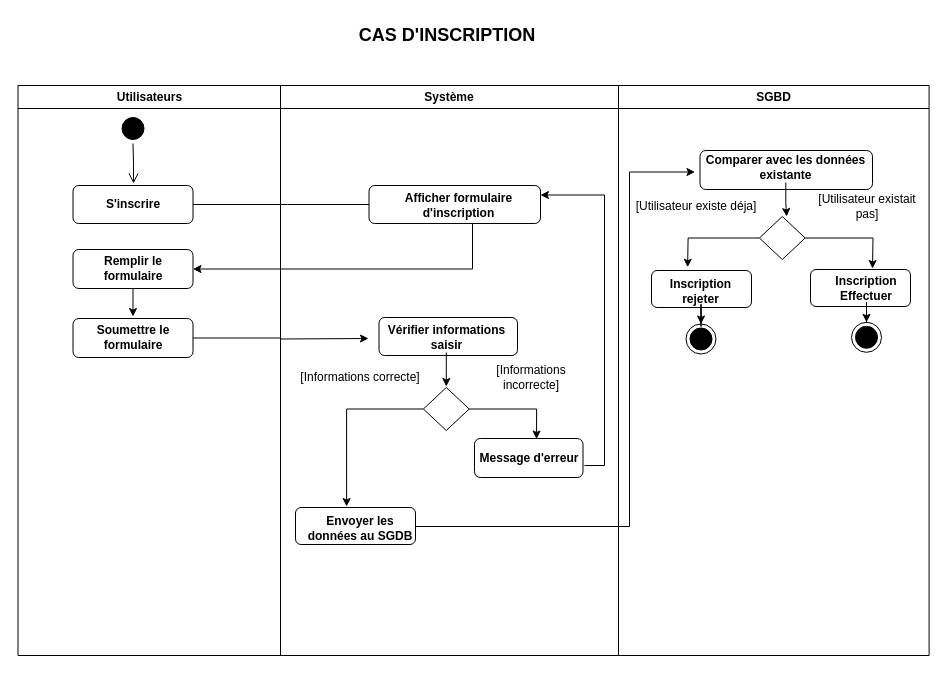
The draw.io diagram sequence2.drawio in louis-fresnel99/TpGasaL1, before the edit. Source tidied: cells renumbered, new cells numbered last; positions are measured from the earlier drawing's top-left corner, leaving out a move shared by most shapes. Both pictures are drawn from the tidied source at 100%, with x=0, y=0 at pixel (17, 17).
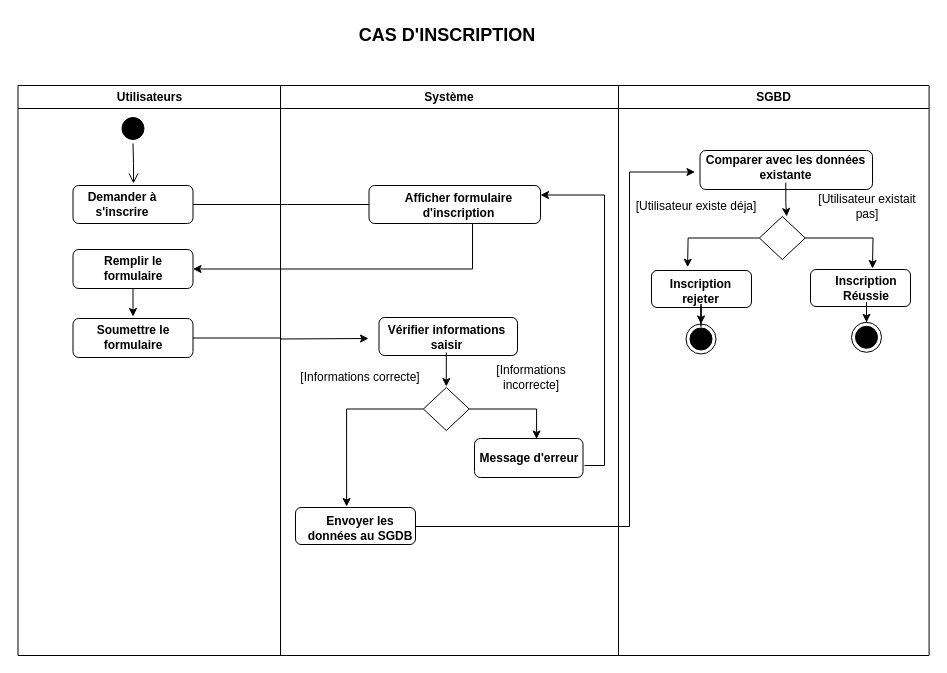
The same page after the edit.

Commit message:
Mettre à jour sequence2.drawio

Unchanged cells that the change refers to:
```xml
<mxCell id="2" value="Utilisateurs" style="swimlane;whiteSpace=wrap;" parent="1" vertex="1">
  <mxGeometry x="0.5" y="68" width="262.5" height="570" as="geometry" />
</mxCell>
<mxCell id="31" value="SGBD" style="swimlane;whiteSpace=wrap;" parent="1" vertex="1">
  <mxGeometry x="601" y="68" width="310.6" height="570" as="geometry" />
</mxCell>
```

The edit, as a diff of the source:
```diff
@@
-    <mxCell id="7" value="&lt;b&gt;S'inscrire&lt;/b&gt;" style="text;html=1;align=center;verticalAlign=middle;whiteSpace=wrap;rounded=0;" parent="2" vertex="1">
-      <mxGeometry x="85" y="104" width="60" height="30" as="geometry" />
+    <mxCell id="7" value="&lt;b&gt;Demander à s'inscrire&lt;/b&gt;" style="text;html=1;align=center;verticalAlign=middle;whiteSpace=wrap;rounded=0;" parent="2" vertex="1">
+      <mxGeometry x="63" y="104" width="82" height="30" as="geometry" />
     </mxCell>
@@
-    <mxCell id="38" value="&lt;b&gt;Inscription Effectuer&lt;/b&gt;" style="text;html=1;align=center;verticalAlign=middle;whiteSpace=wrap;rounded=0;" parent="31" vertex="1">
+    <mxCell id="38" value="&lt;b&gt;Inscription Réussie&lt;/b&gt;" style="text;html=1;align=center;verticalAlign=middle;whiteSpace=wrap;rounded=0;" parent="31" vertex="1">
       <mxGeometry x="204" y="187.5" width="88" height="30" as="geometry" />
     </mxCell>
```
